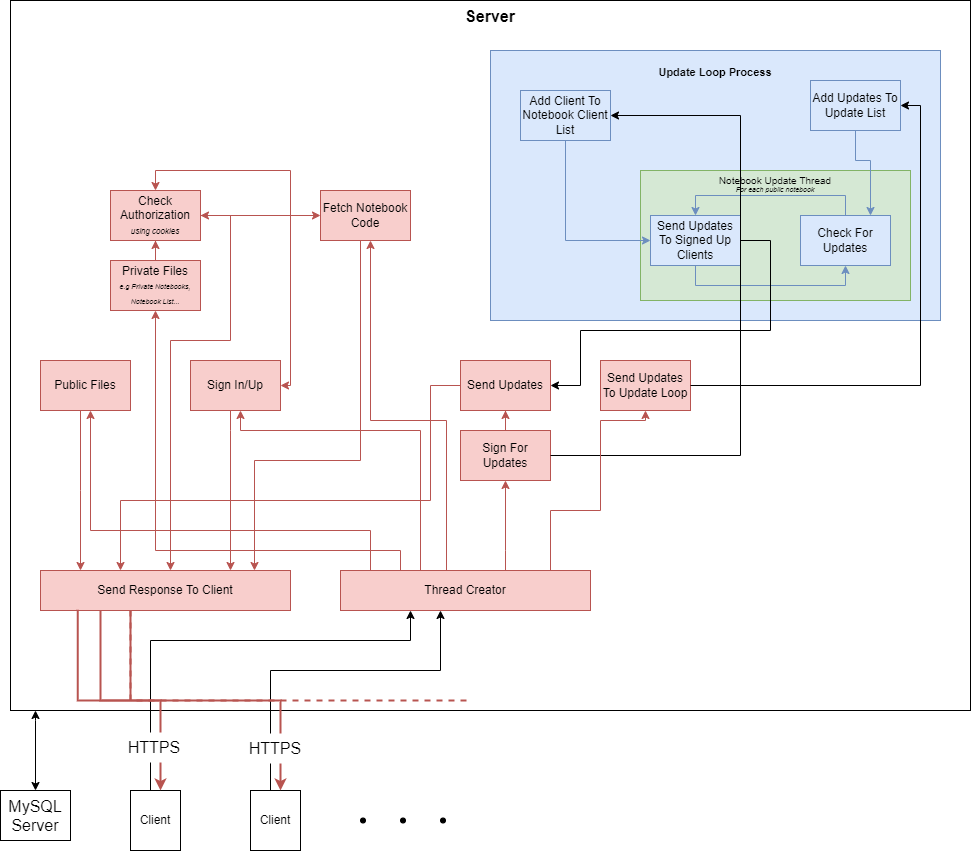
Earlier version of the draw.io export docs/Cyber Project 2022 Diagrams.drawio. updated png.png (Benshcha/Cyber-Project-2022). Source tidied: cells renumbered, new cells last; positions are measured from the earlier drawing's top-left corner, leaving out a move shared by most shapes. Source of this version:
```xml
<mxGraphModel>
  <root>
    <mxCell id="0" />
    <mxCell id="1" parent="0" />
    <mxCell id="2" value="&lt;font size=&quot;1&quot;&gt;&lt;b style=&quot;font-size: 16px&quot;&gt;Server&lt;/b&gt;&lt;/font&gt;" style="rounded=0;whiteSpace=wrap;html=1;fontSize=7;verticalAlign=top;" parent="1" vertex="1">
      <mxGeometry x="10" width="960" height="710" as="geometry" />
    </mxCell>
    <mxCell id="3" value="Send Response To Client" style="whiteSpace=wrap;html=1;fillColor=#f8cecc;strokeColor=#b85450;" parent="1" vertex="1">
      <mxGeometry x="40" y="570" width="250" height="40" as="geometry" />
    </mxCell>
    <mxCell id="4" style="edgeStyle=orthogonalEdgeStyle;rounded=0;jettySize=auto;html=1;fontSize=11;startArrow=none;startFill=0;endArrow=classic;endFill=1;fillColor=#f8cecc;strokeColor=#b85450;" parent="1" edge="1" source="5" target="3">
      <mxGeometry relative="1" as="geometry">
        <Array as="points">
          <mxPoint x="80" y="490" />
          <mxPoint x="80" y="490" />
        </Array>
      </mxGeometry>
    </mxCell>
    <mxCell id="5" value="Public Files" style="whiteSpace=wrap;html=1;fillColor=#f8cecc;strokeColor=#b85450;" parent="1" vertex="1">
      <mxGeometry x="40" y="360" width="90" height="50" as="geometry" />
    </mxCell>
    <mxCell id="6" style="edgeStyle=orthogonalEdgeStyle;rounded=0;jettySize=auto;html=1;startArrow=none;startFill=0;endArrow=classic;endFill=1;fillColor=#f8cecc;strokeColor=#b85450;" parent="1" edge="1" source="9" target="3">
      <mxGeometry relative="1" as="geometry">
        <Array as="points">
          <mxPoint x="230" y="430" />
          <mxPoint x="230" y="430" />
        </Array>
      </mxGeometry>
    </mxCell>
    <mxCell id="7" style="edgeStyle=orthogonalEdgeStyle;rounded=0;jettySize=auto;html=1;entryX=0.5;entryY=0;entryDx=0;entryDy=0;fontSize=7;startArrow=classic;startFill=1;endArrow=classic;endFill=1;fillColor=#f8cecc;strokeColor=#b85450;" parent="1" edge="1" source="9" target="22">
      <mxGeometry relative="1" as="geometry">
        <Array as="points">
          <mxPoint x="290" y="385" />
          <mxPoint x="290" y="170" />
          <mxPoint x="155" y="170" />
        </Array>
      </mxGeometry>
    </mxCell>
    <mxCell id="8" style="edgeStyle=orthogonalEdgeStyle;rounded=0;jettySize=auto;html=1;fontSize=16;startArrow=classic;startFill=1;endArrow=none;endFill=0;fillColor=#f8cecc;strokeColor=#b85450;" parent="1" edge="1" source="9" target="47">
      <mxGeometry relative="1" as="geometry">
        <Array as="points">
          <mxPoint x="240" y="430" />
          <mxPoint x="420" y="430" />
        </Array>
      </mxGeometry>
    </mxCell>
    <mxCell id="9" value="Sign In/Up" style="whiteSpace=wrap;html=1;fillColor=#f8cecc;strokeColor=#b85450;" parent="1" vertex="1">
      <mxGeometry x="190" y="360" width="90" height="50" as="geometry" />
    </mxCell>
    <mxCell id="10" style="edgeStyle=orthogonalEdgeStyle;rounded=0;jettySize=auto;html=1;startArrow=none;startFill=0;endArrow=classic;endFill=1;fillColor=#f8cecc;strokeColor=#b85450;" parent="1" edge="1" source="12" target="3">
      <mxGeometry relative="1" as="geometry">
        <Array as="points">
          <mxPoint x="360" y="460" />
          <mxPoint x="254" y="460" />
        </Array>
      </mxGeometry>
    </mxCell>
    <mxCell id="11" style="edgeStyle=orthogonalEdgeStyle;rounded=0;jettySize=auto;html=1;fontSize=16;startArrow=classic;startFill=1;endArrow=none;endFill=0;fillColor=#f8cecc;strokeColor=#b85450;" parent="1" edge="1" source="12" target="47">
      <mxGeometry relative="1" as="geometry">
        <Array as="points">
          <mxPoint x="370" y="420" />
          <mxPoint x="446" y="420" />
        </Array>
      </mxGeometry>
    </mxCell>
    <mxCell id="12" value="Fetch Notebook Code" style="whiteSpace=wrap;html=1;fillColor=#f8cecc;strokeColor=#b85450;" parent="1" vertex="1">
      <mxGeometry x="320" y="190" width="90" height="50" as="geometry" />
    </mxCell>
    <mxCell id="13" style="edgeStyle=orthogonalEdgeStyle;rounded=0;jettySize=auto;html=1;startArrow=classic;startFill=1;endArrow=none;endFill=0;fillColor=#f8cecc;strokeColor=#b85450;" parent="1" edge="1" source="15" target="47">
      <mxGeometry relative="1" as="geometry">
        <Array as="points">
          <mxPoint x="505" y="550" />
          <mxPoint x="505" y="550" />
        </Array>
      </mxGeometry>
    </mxCell>
    <mxCell id="14" style="edgeStyle=orthogonalEdgeStyle;rounded=0;jettySize=auto;html=1;entryX=0.5;entryY=1;entryDx=0;entryDy=0;fontSize=11;startArrow=none;startFill=0;endArrow=classic;endFill=1;fillColor=#f8cecc;strokeColor=#b85450;" parent="1" edge="1" source="15" target="18">
      <mxGeometry relative="1" as="geometry" />
    </mxCell>
    <mxCell id="15" value="Sign For Updates" style="whiteSpace=wrap;html=1;strokeColor=#b85450;fillColor=#f8cecc;" parent="1" vertex="1">
      <mxGeometry x="460" y="430" width="90" height="50" as="geometry" />
    </mxCell>
    <mxCell id="16" value="Send Updates To Update Loop" style="whiteSpace=wrap;html=1;fillColor=#f8cecc;strokeColor=#b85450;" parent="1" vertex="1">
      <mxGeometry x="600" y="360" width="90" height="50" as="geometry" />
    </mxCell>
    <mxCell id="17" style="edgeStyle=orthogonalEdgeStyle;rounded=0;jettySize=auto;html=1;fontSize=11;startArrow=none;startFill=0;endArrow=classic;endFill=1;fillColor=#f8cecc;strokeColor=#b85450;" parent="1" edge="1" source="18" target="3">
      <mxGeometry relative="1" as="geometry">
        <Array as="points">
          <mxPoint x="430" y="385" />
          <mxPoint x="430" y="500" />
          <mxPoint x="120" y="500" />
        </Array>
      </mxGeometry>
    </mxCell>
    <mxCell id="18" value="Send Updates" style="whiteSpace=wrap;html=1;strokeColor=#b85450;fillColor=#f8cecc;" parent="1" vertex="1">
      <mxGeometry x="460" y="360" width="90" height="50" as="geometry" />
    </mxCell>
    <mxCell id="19" style="edgeStyle=orthogonalEdgeStyle;rounded=0;jettySize=auto;html=1;entryX=0.5;entryY=1;entryDx=0;entryDy=0;fontSize=11;startArrow=none;startFill=0;endArrow=classic;endFill=1;fillColor=#f8cecc;strokeColor=#b85450;" parent="1" edge="1" source="20" target="22">
      <mxGeometry relative="1" as="geometry" />
    </mxCell>
    <mxCell id="20" value="Private Files&lt;br&gt;&lt;div&gt;&lt;i style=&quot;font-size: 7px ; line-height: 1.2&quot;&gt;e.g Private Notebooks, Notebook List...&lt;/i&gt;&lt;/div&gt;" style="whiteSpace=wrap;html=1;strokeColor=#b85450;fillColor=#f8cecc;" parent="1" vertex="1">
      <mxGeometry x="110" y="260" width="90" height="50" as="geometry" />
    </mxCell>
    <mxCell id="21" style="edgeStyle=orthogonalEdgeStyle;rounded=0;jettySize=auto;html=1;fontSize=8;startArrow=none;startFill=0;endArrow=classic;endFill=1;fillColor=#f8cecc;strokeColor=#b85450;" parent="1" edge="1" source="22" target="3">
      <mxGeometry relative="1" as="geometry">
        <Array as="points">
          <mxPoint x="230" y="215" />
          <mxPoint x="230" y="340" />
          <mxPoint x="170" y="340" />
        </Array>
      </mxGeometry>
    </mxCell>
    <mxCell id="22" value="Check Authorization&lt;br&gt;&lt;font style=&quot;font-size: 8px&quot;&gt;&lt;i&gt;using cookies&lt;/i&gt;&lt;/font&gt;" style="whiteSpace=wrap;html=1;strokeColor=#b85450;fillColor=#f8cecc;" parent="1" vertex="1">
      <mxGeometry x="110" y="190" width="90" height="50" as="geometry" />
    </mxCell>
    <mxCell id="23" style="group;fillColor=default;" parent="1" vertex="1">
      <mxGeometry x="490" y="50" width="450" height="270" as="geometry" />
    </mxCell>
    <mxCell id="24" value="&lt;h2 style=&quot;font-size: 11px;&quot;&gt;Update Loop Process&lt;/h2&gt;" style="whiteSpace=wrap;html=1;strokeColor=#6c8ebf;fillColor=#dae8fc;horizontal=1;verticalAlign=top;fontSize=11;" parent="23" vertex="1">
      <mxGeometry width="450" height="270" as="geometry" />
    </mxCell>
    <mxCell id="25" value="Add Updates To Update List" style="whiteSpace=wrap;html=1;fillColor=#dae8fc;strokeColor=#6c8ebf;" parent="23" vertex="1">
      <mxGeometry x="320" y="30" width="90" height="50" as="geometry" />
    </mxCell>
    <mxCell id="26" style="group;" parent="23" vertex="1">
      <mxGeometry x="150" y="120" width="270" height="130" as="geometry" />
    </mxCell>
    <mxCell id="27" value="&lt;font style=&quot;line-height: 0.8&quot;&gt;&lt;font size=&quot;1&quot;&gt;Notebook Update Thread&lt;/font&gt;&lt;br&gt;&lt;font style=&quot;font-size: 7px&quot;&gt;&lt;i&gt;For each public notebook&lt;/i&gt;&lt;/font&gt;&lt;/font&gt;" style="whiteSpace=wrap;html=1;fontSize=7;strokeColor=#82b366;fillColor=#d5e8d4;verticalAlign=top;" parent="26" vertex="1">
      <mxGeometry width="270" height="130" as="geometry" />
    </mxCell>
    <mxCell id="28" value="Send Updates To Signed Up Clients" style="whiteSpace=wrap;html=1;fillColor=#dae8fc;strokeColor=#6c8ebf;" parent="26" vertex="1">
      <mxGeometry x="10" y="45" width="90" height="50" as="geometry" />
    </mxCell>
    <mxCell id="29" style="edgeStyle=orthogonalEdgeStyle;rounded=0;jettySize=auto;html=1;entryX=0.5;entryY=0;entryDx=0;entryDy=0;startArrow=none;startFill=0;endArrow=classic;endFill=1;fillColor=#dae8fc;strokeColor=#6c8ebf;" parent="26" edge="1" source="30" target="28">
      <mxGeometry relative="1" as="geometry">
        <Array as="points">
          <mxPoint x="205" y="25" />
          <mxPoint x="55" y="25" />
        </Array>
      </mxGeometry>
    </mxCell>
    <mxCell id="30" value="Check For Updates" style="whiteSpace=wrap;html=1;fillColor=#dae8fc;strokeColor=#6c8ebf;" parent="26" vertex="1">
      <mxGeometry x="160" y="45" width="90" height="50" as="geometry" />
    </mxCell>
    <mxCell id="31" style="edgeStyle=orthogonalEdgeStyle;rounded=0;jettySize=auto;html=1;entryX=0.5;entryY=1;entryDx=0;entryDy=0;startArrow=none;startFill=0;endArrow=classic;endFill=1;fillColor=#dae8fc;strokeColor=#6c8ebf;" parent="26" edge="1" source="28" target="30">
      <mxGeometry relative="1" as="geometry">
        <Array as="points">
          <mxPoint x="55" y="115" />
          <mxPoint x="205" y="115" />
        </Array>
      </mxGeometry>
    </mxCell>
    <mxCell id="32" style="edgeStyle=orthogonalEdgeStyle;rounded=0;jettySize=auto;html=1;fontSize=7;startArrow=none;startFill=0;endArrow=classic;endFill=1;fillColor=#dae8fc;strokeColor=#6c8ebf;" parent="23" edge="1" source="25" target="30">
      <mxGeometry relative="1" as="geometry">
        <Array as="points">
          <mxPoint x="365" y="110" />
          <mxPoint x="380" y="110" />
        </Array>
      </mxGeometry>
    </mxCell>
    <mxCell id="33" style="edgeStyle=orthogonalEdgeStyle;rounded=0;jettySize=auto;html=1;entryX=0;entryY=0.5;entryDx=0;entryDy=0;fontSize=7;startArrow=none;startFill=0;endArrow=classic;endFill=1;fillColor=#dae8fc;strokeColor=#6c8ebf;" parent="23" edge="1" source="34" target="28">
      <mxGeometry relative="1" as="geometry">
        <Array as="points">
          <mxPoint x="75" y="190" />
        </Array>
      </mxGeometry>
    </mxCell>
    <mxCell id="34" value="Add Client To Notebook Client List" style="whiteSpace=wrap;html=1;fillColor=#dae8fc;strokeColor=#6c8ebf;" parent="23" vertex="1">
      <mxGeometry x="30" y="40" width="90" height="50" as="geometry" />
    </mxCell>
    <mxCell id="35" style="edgeStyle=orthogonalEdgeStyle;rounded=0;jettySize=auto;html=1;startArrow=none;startFill=0;endArrow=classic;endFill=1;" parent="1" edge="1" source="16" target="25">
      <mxGeometry relative="1" as="geometry">
        <Array as="points">
          <mxPoint x="920" y="385" />
          <mxPoint x="920" y="105" />
        </Array>
      </mxGeometry>
    </mxCell>
    <mxCell id="36" style="edgeStyle=orthogonalEdgeStyle;rounded=0;jettySize=auto;html=1;startArrow=none;startFill=0;endArrow=classic;endFill=1;" parent="1" edge="1" source="15" target="34">
      <mxGeometry relative="1" as="geometry">
        <Array as="points">
          <mxPoint x="740" y="455" />
        </Array>
      </mxGeometry>
    </mxCell>
    <mxCell id="37" style="edgeStyle=orthogonalEdgeStyle;rounded=0;jettySize=auto;html=1;entryX=1;entryY=0.5;entryDx=0;entryDy=0;fontSize=7;startArrow=none;startFill=0;endArrow=classic;endFill=1;" parent="1" edge="1" source="28" target="18">
      <mxGeometry relative="1" as="geometry">
        <Array as="points">
          <mxPoint x="770" y="240" />
          <mxPoint x="770" y="330" />
          <mxPoint x="580" y="330" />
          <mxPoint x="580" y="385" />
        </Array>
      </mxGeometry>
    </mxCell>
    <mxCell id="38" style="group;" parent="1" vertex="1">
      <mxGeometry x="130" y="790" width="315" height="60" as="geometry" />
    </mxCell>
    <mxCell id="39" value="Client" style="whiteSpace=wrap;html=1;" parent="38" vertex="1">
      <mxGeometry width="50" height="60" as="geometry" />
    </mxCell>
    <mxCell id="40" value="Client" style="whiteSpace=wrap;html=1;" parent="38" vertex="1">
      <mxGeometry x="120" width="50" height="60" as="geometry" />
    </mxCell>
    <mxCell id="41" style="ellipse;whiteSpace=wrap;html=1;fillColor=#000000;" parent="38" vertex="1">
      <mxGeometry x="230" y="27.5" width="5" height="5" as="geometry" />
    </mxCell>
    <mxCell id="42" style="ellipse;whiteSpace=wrap;html=1;fillColor=#000000;" parent="38" vertex="1">
      <mxGeometry x="270" y="27.5" width="5" height="5" as="geometry" />
    </mxCell>
    <mxCell id="43" style="ellipse;whiteSpace=wrap;html=1;fillColor=#000000;" parent="38" vertex="1">
      <mxGeometry x="310" y="27.5" width="5" height="5" as="geometry" />
    </mxCell>
    <mxCell id="44" style="edgeStyle=orthogonalEdgeStyle;rounded=0;jettySize=auto;html=1;entryX=1;entryY=0.5;entryDx=0;entryDy=0;fontSize=16;startArrow=classic;startFill=1;endArrow=classic;endFill=1;fillColor=#f8cecc;strokeColor=#b85450;" parent="1" edge="1" source="12" target="22">
      <mxGeometry relative="1" as="geometry" />
    </mxCell>
    <mxCell id="45" style="edgeStyle=orthogonalEdgeStyle;rounded=0;jettySize=auto;html=1;entryX=0.5;entryY=1;entryDx=0;entryDy=0;fontSize=16;startArrow=none;startFill=0;endArrow=classic;endFill=1;fillColor=#f8cecc;strokeColor=#b85450;" parent="1" edge="1" source="47" target="20">
      <mxGeometry relative="1" as="geometry">
        <Array as="points">
          <mxPoint x="400" y="550" />
          <mxPoint x="155" y="550" />
        </Array>
      </mxGeometry>
    </mxCell>
    <mxCell id="46" style="edgeStyle=orthogonalEdgeStyle;rounded=0;jettySize=auto;html=1;fontSize=16;startArrow=none;startFill=0;endArrow=classic;endFill=1;strokeWidth=1;strokeColor=#b85450;fillColor=#f8cecc;" parent="1" edge="1" source="47" target="5">
      <mxGeometry relative="1" as="geometry">
        <Array as="points">
          <mxPoint x="370" y="530" />
          <mxPoint x="90" y="530" />
        </Array>
      </mxGeometry>
    </mxCell>
    <mxCell id="47" value="Thread Creator" style="whiteSpace=wrap;html=1;fillColor=#f8cecc;strokeColor=#b85450;" parent="1" vertex="1">
      <mxGeometry x="340" y="570" width="250" height="40" as="geometry" />
    </mxCell>
    <mxCell id="48" style="edgeStyle=orthogonalEdgeStyle;rounded=0;jettySize=auto;html=1;fontSize=16;startArrow=none;startFill=0;endArrow=classic;endFill=1;" parent="1" edge="1" source="40" target="47">
      <mxGeometry relative="1" as="geometry">
        <Array as="points">
          <mxPoint x="270" y="670" />
          <mxPoint x="440" y="670" />
        </Array>
      </mxGeometry>
    </mxCell>
    <mxCell id="49" style="edgeStyle=orthogonalEdgeStyle;rounded=0;jettySize=auto;html=1;fontSize=16;startArrow=none;startFill=0;endArrow=classic;endFill=1;" parent="1" edge="1" source="39" target="47">
      <mxGeometry relative="1" as="geometry">
        <Array as="points">
          <mxPoint x="150" y="640" />
          <mxPoint x="410" y="640" />
        </Array>
      </mxGeometry>
    </mxCell>
    <mxCell id="50" style="edgeStyle=orthogonalEdgeStyle;rounded=0;jettySize=auto;html=1;entryX=0.149;entryY=0.982;entryDx=0;entryDy=0;entryPerimeter=0;fontSize=16;startArrow=classic;startFill=1;endArrow=none;endFill=0;fillColor=#f8cecc;strokeColor=#b85450;strokeWidth=2;" parent="1" edge="1" source="39" target="3">
      <mxGeometry relative="1" as="geometry">
        <Array as="points">
          <mxPoint x="160" y="700" />
          <mxPoint x="77" y="700" />
        </Array>
      </mxGeometry>
    </mxCell>
    <mxCell id="51" style="edgeStyle=orthogonalEdgeStyle;rounded=0;jettySize=auto;html=1;fontSize=16;startArrow=classic;startFill=1;endArrow=none;endFill=0;fillColor=#f8cecc;strokeColor=#b85450;strokeWidth=2;" parent="1" edge="1" source="40" target="3">
      <mxGeometry relative="1" as="geometry">
        <Array as="points">
          <mxPoint x="280" y="700" />
          <mxPoint x="100" y="700" />
        </Array>
      </mxGeometry>
    </mxCell>
    <mxCell id="52" style="edgeStyle=orthogonalEdgeStyle;rounded=0;jettySize=auto;html=1;entryX=0.5;entryY=1;entryDx=0;entryDy=0;startArrow=none;startFill=0;endArrow=classic;endFill=1;fillColor=#f8cecc;strokeColor=#b85450;" parent="1" edge="1" source="47" target="16">
      <mxGeometry relative="1" as="geometry">
        <Array as="points">
          <mxPoint x="550" y="510" />
          <mxPoint x="600" y="510" />
          <mxPoint x="600" y="420" />
          <mxPoint x="645" y="420" />
        </Array>
      </mxGeometry>
    </mxCell>
    <mxCell id="53" style="group;" parent="1" vertex="1">
      <mxGeometry x="130" y="700" width="280" as="geometry" />
    </mxCell>
    <mxCell id="54" style="edgeStyle=orthogonalEdgeStyle;rounded=0;jettySize=auto;html=1;fontSize=16;startArrow=none;startFill=0;endArrow=none;endFill=0;fillColor=#f8cecc;strokeColor=#b85450;dashed=1;strokeWidth=2;" parent="53" edge="1" source="3">
      <mxGeometry relative="1" as="geometry">
        <mxPoint x="336" y="5" as="targetPoint" />
        <Array as="points">
          <mxPoint />
        </Array>
      </mxGeometry>
    </mxCell>
    <mxCell id="55" style="edgeStyle=orthogonalEdgeStyle;rounded=0;jettySize=auto;html=1;fontSize=16;startArrow=none;startFill=0;endArrow=none;endFill=0;fillColor=#f8cecc;strokeColor=#b85450;strokeWidth=2;" parent="53" edge="1" source="3">
      <mxGeometry relative="1" as="geometry">
        <mxPoint as="targetPoint" />
        <Array as="points">
          <mxPoint />
        </Array>
      </mxGeometry>
    </mxCell>
    <mxCell id="56" style="edgeStyle=orthogonalEdgeStyle;rounded=0;jettySize=auto;html=1;fontSize=16;startArrow=classic;startFill=1;endArrow=classic;endFill=1;strokeColor=default;strokeWidth=1;" parent="1" edge="1" source="57" target="2">
      <mxGeometry relative="1" as="geometry">
        <Array as="points">
          <mxPoint x="35" y="720" />
          <mxPoint x="35" y="720" />
        </Array>
      </mxGeometry>
    </mxCell>
    <mxCell id="57" value="MySQL Server" style="whiteSpace=wrap;html=1;fontSize=16;strokeColor=default;fillColor=default;gradientColor=none;verticalAlign=top;" parent="1" vertex="1">
      <mxGeometry y="790" width="70" height="50" as="geometry" />
    </mxCell>
    <mxCell id="58" value="HTTPS" style="text;html=1;align=center;verticalAlign=middle;whiteSpace=wrap;rounded=0;fontSize=16;fillColor=default;" parent="1" vertex="1">
      <mxGeometry x="124" y="732" width="60" height="30" as="geometry" />
    </mxCell>
    <mxCell id="59" value="HTTPS" style="text;html=1;align=center;verticalAlign=middle;whiteSpace=wrap;rounded=0;fontSize=16;fillColor=default;" parent="1" vertex="1">
      <mxGeometry x="245" y="733" width="60" height="30" as="geometry" />
    </mxCell>
  </root>
</mxGraphModel>
```
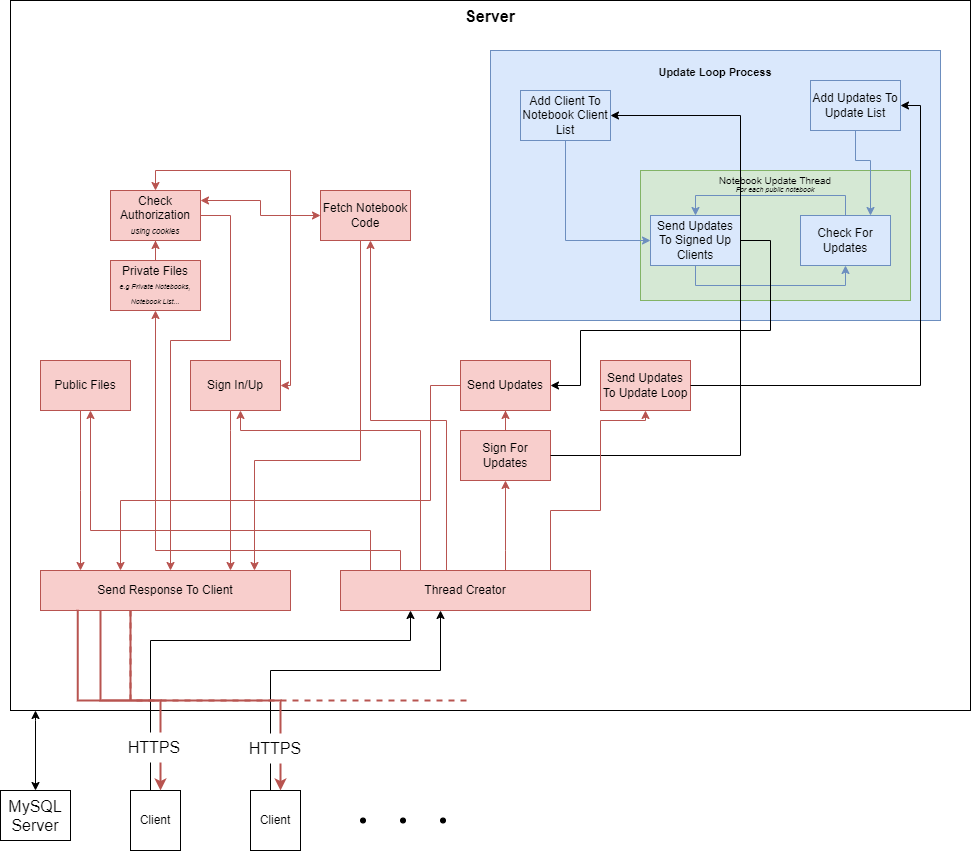
The same diagram one commit later.

What changed in the source:
```diff
@@ -211,8 +211,13 @@
     <mxCell id="43" style="ellipse;whiteSpace=wrap;html=1;fillColor=#000000;" parent="38" vertex="1">
       <mxGeometry x="310" y="27.5" width="5" height="5" as="geometry" />
     </mxCell>
-    <mxCell id="44" style="edgeStyle=orthogonalEdgeStyle;rounded=0;jettySize=auto;html=1;entryX=1;entryY=0.5;entryDx=0;entryDy=0;fontSize=16;startArrow=classic;startFill=1;endArrow=classic;endFill=1;fillColor=#f8cecc;strokeColor=#b85450;" parent="1" edge="1" source="12" target="22">
-      <mxGeometry relative="1" as="geometry" />
+    <mxCell id="44" style="edgeStyle=orthogonalEdgeStyle;rounded=0;jettySize=auto;html=1;fontSize=16;startArrow=classic;startFill=1;endArrow=classic;endFill=1;fillColor=#f8cecc;strokeColor=#b85450;" parent="1" edge="1" source="12" target="22">
+      <mxGeometry relative="1" as="geometry">
+        <Array as="points">
+          <mxPoint x="260" y="215" />
+          <mxPoint x="260" y="200" />
+        </Array>
+      </mxGeometry>
     </mxCell>
     <mxCell id="45" style="edgeStyle=orthogonalEdgeStyle;rounded=0;jettySize=auto;html=1;entryX=0.5;entryY=1;entryDx=0;entryDy=0;fontSize=16;startArrow=none;startFill=0;endArrow=classic;endFill=1;fillColor=#f8cecc;strokeColor=#b85450;" parent="1" edge="1" source="47" target="20">
       <mxGeometry relative="1" as="geometry">
```
